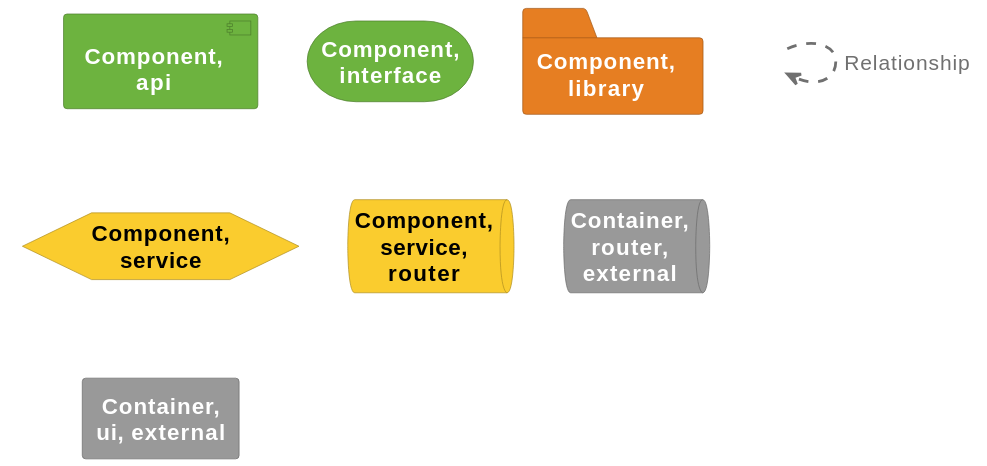
Earlier version of the PlantUML export docs/diagrams/structurizr-WhisperCMS-Component-Kernel-key.svg (CoderByBlood/whisper-cms).
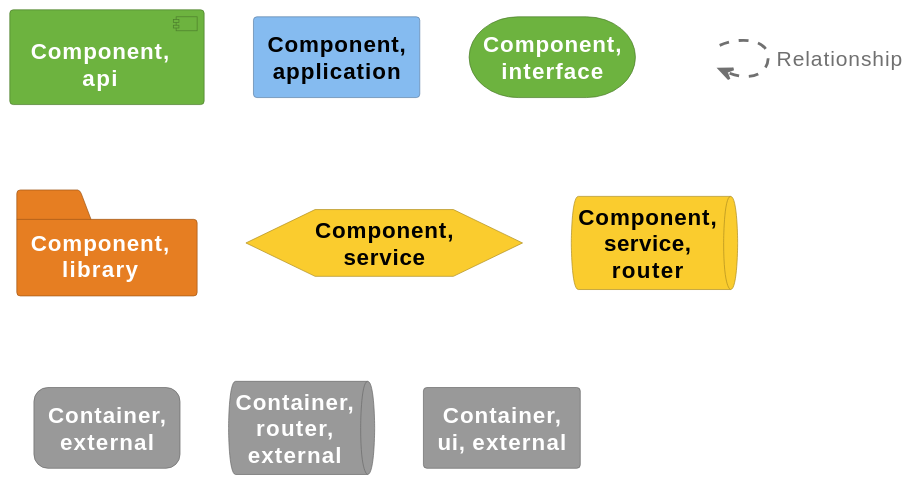
The same file after the commit.

What changed in the source:
```diff
@@ -23,48 +23,63 @@
 }
 component "==Component, api" <<1>>
 
-skinparam storage<<2>> {
+skinparam rectangle<<2>> {
+  BackgroundColor #85bbf0
+  FontColor #000000
+  BorderColor #5d82a8
+}
+rectangle "==Component, application" <<2>>
+
+skinparam storage<<3>> {
   BackgroundColor #6db33f
   FontColor #ffffff
   BorderColor #4c7d2c
 }
-storage "==Component, interface" <<2>>
+storage "==Component, interface" <<3>>
 
-skinparam folder<<3>> {
+skinparam folder<<4>> {
   BackgroundColor #e67e22
   FontColor #ffffff
   BorderColor #a15817
 }
-folder "==Component, library" <<3>>
+folder "==Component, library" <<4>>
 
-skinparam hexagon<<4>> {
+skinparam hexagon<<5>> {
   BackgroundColor #facc2e
   FontColor #000000
   BorderColor #af8e20
 }
-hexagon "==Component, service" <<4>>
+hexagon "==Component, service" <<5>>
 
-skinparam queue<<5>> {
+skinparam queue<<6>> {
   BackgroundColor #facc2e
   FontColor #000000
   BorderColor #af8e20
 }
-queue "==Component, service, router" <<5>>
-
-skinparam queue<<6>> {
-  BackgroundColor #999999
-  FontColor #ffffff
-  BorderColor #6b6b6b
-}
-queue "==Container, router, external" <<6>>
+queue "==Component, service, router" <<6>>
 
 skinparam rectangle<<7>> {
   BackgroundColor #999999
   FontColor #ffffff
   BorderColor #6b6b6b
+  roundCorner 20
 }
-rectangle "==Container, ui, external" <<7>>
+rectangle "==Container, external" <<7>>
 
-rectangle "." <<_transparent>> as 8
-8 .[#707070,thickness=2].> 8 : "<color:#707070>Relationship"
+skinparam queue<<8>> {
+  BackgroundColor #999999
+  FontColor #ffffff
+  BorderColor #6b6b6b
+}
+queue "==Container, router, external" <<8>>
+
+skinparam rectangle<<9>> {
+  BackgroundColor #999999
+  FontColor #ffffff
+  BorderColor #6b6b6b
+}
+rectangle "==Container, ui, external" <<9>>
+
+rectangle "." <<_transparent>> as 10
+10 .[#707070,thickness=2].> 10 : "<color:#707070>Relationship"
 @enduml
```
